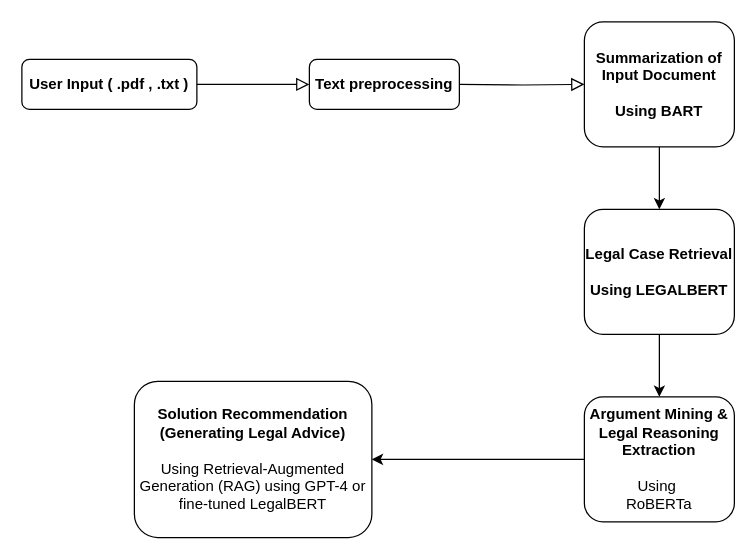
Above: Untitled Diagram.drawio in Victorambrose/PresedentAwareLegalBot (draw.io), before the change. Source tidied: cells renumbered, new cells numbered last; positions are measured from the earlier drawing's top-left corner, leaving out a move shared by most shapes. Both pictures are drawn from the tidied source at 125%, with x=0, y=0 at pixel (21, 21).
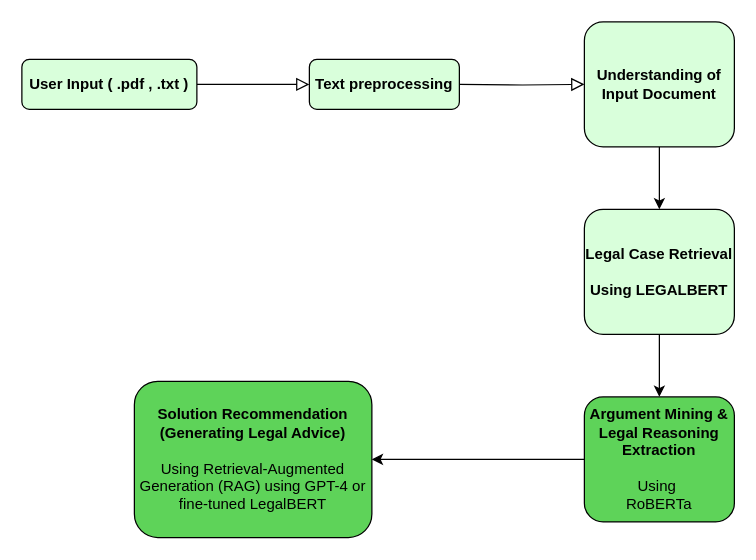
Above is the later version.

What changed in the source:
```diff
@@
 <mxGraphModel>
   <root>
     <mxCell id="0" />
     <mxCell id="1" parent="0" />
     <mxCell id="2" style="rounded=0;html=1;jettySize=auto;fontSize=11;endArrow=block;endFill=0;endSize=8;strokeWidth=1;shadow=0;labelBackgroundColor=none;edgeStyle=orthogonalEdgeStyle;entryX=0;entryY=0.5;entryDx=0;entryDy=0;" parent="1" edge="1" source="3" target="4">
       <mxGeometry relative="1" as="geometry" />
     </mxCell>
-    <mxCell id="3" value="&lt;b&gt;User Input ( .pdf , .txt )&lt;/b&gt;" style="rounded=1;whiteSpace=wrap;html=1;fontSize=12;glass=0;strokeWidth=1;shadow=0;" parent="1" vertex="1">
+    <mxCell id="3" value="&lt;b&gt;User Input ( .pdf , .txt )&lt;/b&gt;" style="rounded=1;whiteSpace=wrap;html=1;fontSize=12;glass=0;strokeWidth=1;shadow=0;fillColor=light-dark(#D9FFDB,var(--ge-dark-color, #121212));" parent="1" vertex="1">
       <mxGeometry y="30" width="140" height="40" as="geometry" />
     </mxCell>
-    <mxCell id="4" value="&lt;b&gt;Text preprocessing &lt;/b&gt;" style="rounded=1;whiteSpace=wrap;html=1;fontSize=12;glass=0;strokeWidth=1;shadow=0;" parent="1" vertex="1">
+    <mxCell id="4" value="&lt;b&gt;Text preprocessing &lt;/b&gt;" style="rounded=1;whiteSpace=wrap;html=1;fontSize=12;glass=0;strokeWidth=1;shadow=0;fillColor=light-dark(#D9FFDB,var(--ge-dark-color, #121212));" parent="1" vertex="1">
       <mxGeometry x="230" y="30" width="120" height="40" as="geometry" />
     </mxCell>
     <mxCell id="5" style="rounded=0;html=1;jettySize=auto;fontSize=11;endArrow=block;endFill=0;endSize=8;strokeWidth=1;shadow=0;labelBackgroundColor=none;edgeStyle=orthogonalEdgeStyle;entryX=0;entryY=0.5;entryDx=0;entryDy=0;" parent="1" edge="1" target="7">
       <mxGeometry relative="1" as="geometry">
         <mxPoint x="350" y="50" as="sourcePoint" />
       </mxGeometry>
     </mxCell>
     <mxCell id="6" style="edgeStyle=orthogonalEdgeStyle;rounded=0;jettySize=auto;html=1;entryX=0.5;entryY=0;entryDx=0;entryDy=0;" parent="1" edge="1" source="7">
       <mxGeometry relative="1" as="geometry">
         <mxPoint x="510" y="150" as="targetPoint" />
       </mxGeometry>
     </mxCell>
-    <mxCell id="7" value="&lt;div&gt;&lt;strong&gt;Summarization of Input Document&lt;br&gt;&lt;/strong&gt;&lt;/div&gt;&lt;div&gt;&lt;br&gt;&lt;/div&gt;&lt;div&gt;&lt;strong&gt;Using BART&lt;/strong&gt;&lt;strong&gt;&lt;/strong&gt;&lt;/div&gt;" style="rounded=1;whiteSpace=wrap;html=1;fontSize=12;glass=0;strokeWidth=1;shadow=0;" parent="1" vertex="1">
+    <mxCell id="7" value="&lt;div&gt;&lt;strong&gt;Understanding of Input Document&lt;br&gt;&lt;/strong&gt;&lt;/div&gt;" style="rounded=1;whiteSpace=wrap;html=1;fontSize=12;glass=0;strokeWidth=1;shadow=0;fillColor=light-dark(#D9FFDB,var(--ge-dark-color, #121212));" parent="1" vertex="1">
       <mxGeometry x="450" width="120" height="100" as="geometry" />
     </mxCell>
     <mxCell id="8" style="edgeStyle=orthogonalEdgeStyle;rounded=0;jettySize=auto;html=1;exitX=0.5;exitY=1;exitDx=0;exitDy=0;" parent="1" edge="1" source="12" target="10">
       <mxGeometry relative="1" as="geometry" />
     </mxCell>
     <mxCell id="9" style="edgeStyle=orthogonalEdgeStyle;rounded=0;jettySize=auto;html=1;" parent="1" edge="1" source="10" target="11">
       <mxGeometry relative="1" as="geometry" />
     </mxCell>
-    <mxCell id="10" value="&lt;div&gt;&lt;strong&gt;Argument Mining &amp;amp; Legal Reasoning Extraction&lt;/strong&gt;&lt;/div&gt;&lt;div&gt;&lt;strong&gt;&lt;br&gt;&lt;/strong&gt;&lt;/div&gt;&lt;div&gt;Using&amp;nbsp;&lt;/div&gt;&lt;div&gt;RoBERTa&lt;/div&gt;" style="whiteSpace=wrap;html=1;rounded=1;glass=0;strokeWidth=1;shadow=0;" parent="1" vertex="1">
+    <mxCell id="10" value="&lt;div&gt;&lt;strong&gt;Argument Mining &amp;amp; Legal Reasoning Extraction&lt;/strong&gt;&lt;/div&gt;&lt;div&gt;&lt;strong&gt;&lt;br&gt;&lt;/strong&gt;&lt;/div&gt;&lt;div&gt;Using&amp;nbsp;&lt;/div&gt;&lt;div&gt;RoBERTa&lt;/div&gt;" style="whiteSpace=wrap;html=1;rounded=1;glass=0;strokeWidth=1;shadow=0;fillColor=light-dark(#5ED359,var(--ge-dark-color, #121212));" parent="1" vertex="1">
       <mxGeometry x="450" y="300" width="120" height="100" as="geometry" />
     </mxCell>
-    <mxCell id="11" value="&lt;div&gt;&lt;b&gt;Solution Recommendation (Generating Legal Advice)&lt;br&gt;&lt;/b&gt;&lt;/div&gt;&lt;div&gt;&lt;b&gt;&lt;br&gt;&lt;/b&gt;&lt;/div&gt;&lt;div&gt;Using Retrieval-Augmented Generation (RAG) using GPT-4 or fine-tuned LegalBERT&lt;/div&gt;" style="whiteSpace=wrap;html=1;rounded=1;glass=0;strokeWidth=1;shadow=0;" parent="1" vertex="1">
+    <mxCell id="11" value="&lt;div&gt;&lt;b&gt;Solution Recommendation (Generating Legal Advice)&lt;br&gt;&lt;/b&gt;&lt;/div&gt;&lt;div&gt;&lt;b&gt;&lt;br&gt;&lt;/b&gt;&lt;/div&gt;&lt;div&gt;Using Retrieval-Augmented Generation (RAG) using GPT-4 or fine-tuned LegalBERT&lt;/div&gt;" style="whiteSpace=wrap;html=1;rounded=1;glass=0;strokeWidth=1;shadow=0;fillColor=light-dark(#5ED359,var(--ge-dark-color, #121212));" parent="1" vertex="1">
       <mxGeometry x="90" y="287.5" width="190" height="125" as="geometry" />
     </mxCell>
-    <mxCell id="12" value="&lt;div&gt;&lt;b&gt;Legal Case Retrieval&lt;span&gt;&lt;br&gt;&lt;/span&gt;&lt;/b&gt;&lt;/div&gt;&lt;div&gt;&lt;br&gt;&lt;/div&gt;&lt;div&gt;&lt;strong&gt;Using LEGALBERT&lt;/strong&gt;&lt;/div&gt;" style="rounded=1;whiteSpace=wrap;html=1;fontSize=12;glass=0;strokeWidth=1;shadow=0;" parent="1" vertex="1">
+    <mxCell id="12" value="&lt;div&gt;&lt;b&gt;Legal Case Retrieval&lt;span&gt;&lt;br&gt;&lt;/span&gt;&lt;/b&gt;&lt;/div&gt;&lt;div&gt;&lt;br&gt;&lt;/div&gt;&lt;div&gt;&lt;strong&gt;Using LEGALBERT&lt;/strong&gt;&lt;/div&gt;" style="rounded=1;whiteSpace=wrap;html=1;fontSize=12;glass=0;strokeWidth=1;shadow=0;fillColor=light-dark(#D9FFDB,var(--ge-dark-color, #121212));" parent="1" vertex="1">
       <mxGeometry x="450" y="150" width="120" height="100" as="geometry" />
     </mxCell>
   </root>
 </mxGraphModel>
```
